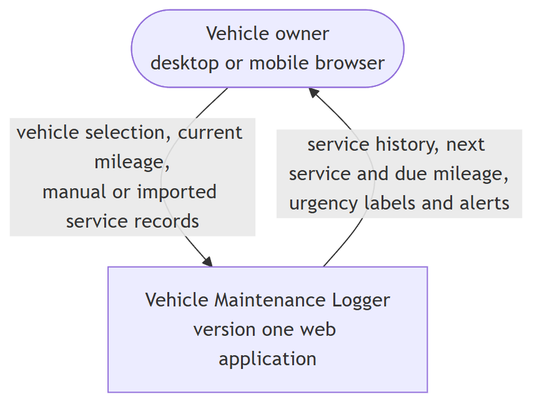
Above: docs/design/diagrams/system-context.png in TylerWard741/CPSC490-G09-SigmaSquad (Mermaid), before the change. Its source is kept beside it as docs/design/diagrams/system-context.mmd.
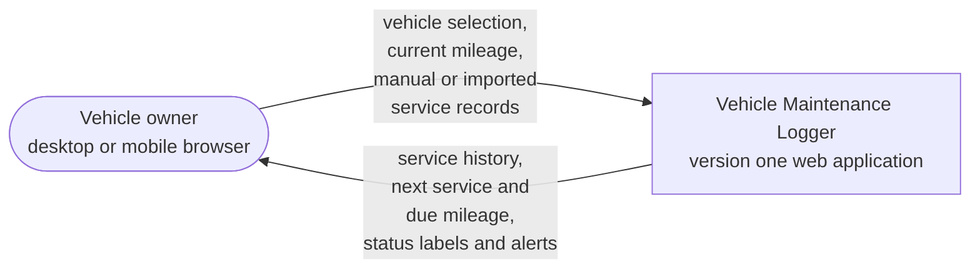
After the change.

Commit message:
docs: rename urgency to status label and fix Figure 1 label overlap (#51)

Change to the diagram source:
```diff
@@ -1,5 +1,5 @@
-flowchart TB
-  owner(["Vehicle owner<br/>desktop or mobile browser"])
-  app["Vehicle Maintenance Logger<br/>version one web application"]
-  owner -->|"vehicle selection, current mileage,<br/>manual or imported service records"| app
-  app -->|"service history, next service and due mileage,<br/>urgency labels and alerts"| owner
+flowchart LR
+owner(["Vehicle owner<br/>desktop or mobile browser"])
+app["Vehicle Maintenance Logger<br/>version one web application"]
+owner -->|"vehicle selection,<br/>current mileage,<br/>manual or imported<br/>service records"| app
+app -->|"service history,<br/>next service and<br/>due mileage,<br/>status labels and alerts"| owner
```
